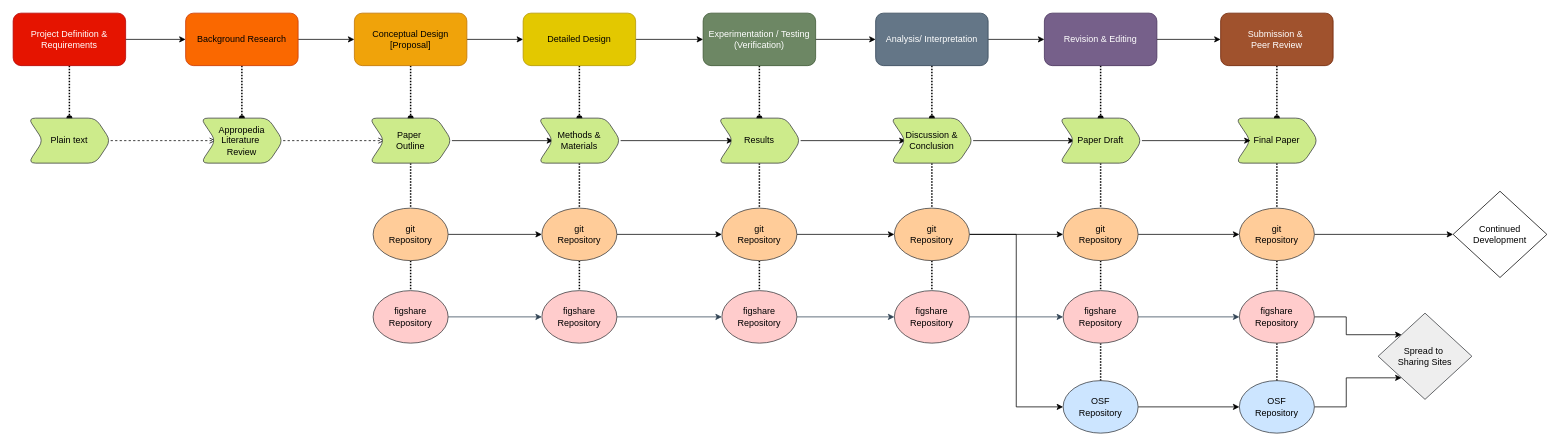
This is oshw-systems-engineering_v1.drawio from uwo-fast/uwo-fast, a draw.io file, before an edit. Source tidied: cells renumbered, new cells numbered last; positions are measured from the earlier drawing's top-left corner, leaving out a move shared by most shapes. Both pictures are drawn from the tidied source at 75%, with x=0, y=0 at pixel (13, 13).
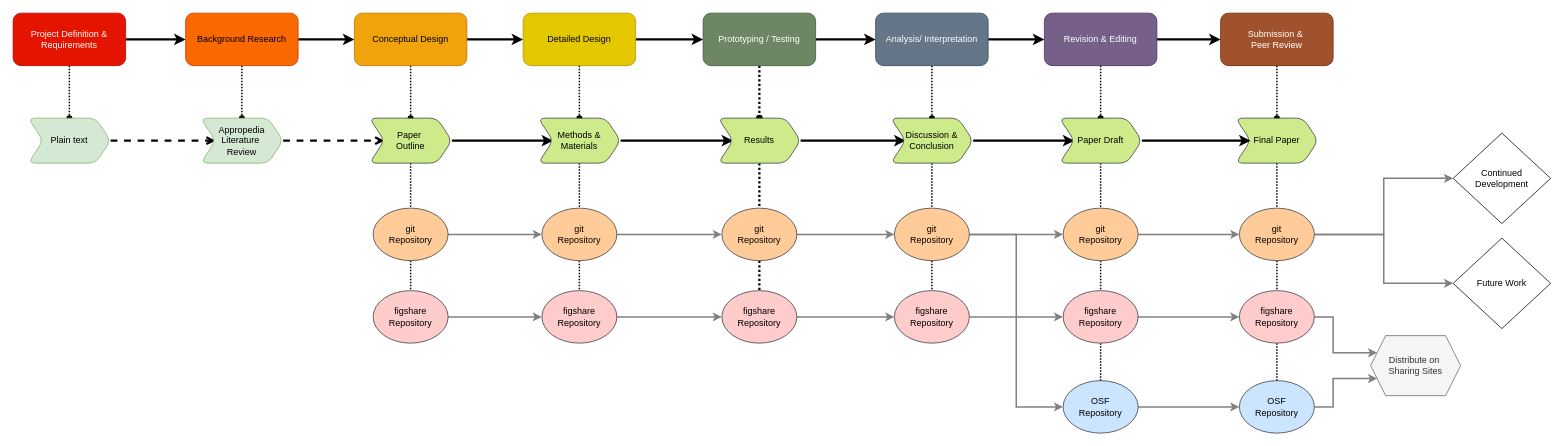
Above is the later version.

The change refers to these unchanged cells:
```xml
<mxCell id="3" value="&lt;div&gt;Submission &amp;amp;&amp;nbsp;&lt;/div&gt;&lt;div&gt;Peer Review&lt;/div&gt;" style="rounded=1;whiteSpace=wrap;html=1;fillColor=#a0522d;fontColor=#ffffff;strokeColor=#6D1F00;" parent="1" vertex="1">
<mxCell id="5" value="Final Paper" style="shape=step;perimeter=stepPerimeter;whiteSpace=wrap;html=1;fixedSize=1;rounded=1;fillColor=#cdeb8b;strokeColor=#36393d;" parent="1" vertex="1">
<mxCell id="8" value="Project Definition &amp;amp; Requirements" style="rounded=1;whiteSpace=wrap;html=1;fillColor=#e51400;fontColor=#ffffff;strokeColor=#B20000;" parent="1" vertex="1">
<mxCell id="13" value="Background Research" style="rounded=1;whiteSpace=wrap;html=1;fillColor=#fa6800;fontColor=#000000;strokeColor=#C73500;" parent="1" vertex="1">
<mxCell id="21" value="&lt;div&gt;Paper&amp;nbsp;&lt;/div&gt;&lt;div&gt;Outline&lt;/div&gt;" style="shape=step;perimeter=stepPerimeter;whiteSpace=wrap;html=1;fixedSize=1;rounded=1;fillColor=#cdeb8b;strokeColor=#36393d;" parent="1" vertex="1">
<mxCell id="24" value="Detailed Design" style="rounded=1;whiteSpace=wrap;html=1;fillColor=#e3c800;fontColor=#000000;strokeColor=#B09500;" parent="1" vertex="1">
<mxCell id="27" value="Methods &amp;amp; Materials" style="shape=step;perimeter=stepPerimeter;whiteSpace=wrap;html=1;fixedSize=1;rounded=1;fillColor=#cdeb8b;strokeColor=#36393d;" parent="1" vertex="1">
<mxCell id="33" value="Results" style="shape=step;perimeter=stepPerimeter;whiteSpace=wrap;html=1;fixedSize=1;rounded=1;fillColor=#cdeb8b;strokeColor=#36393d;" parent="1" vertex="1">
<mxCell id="36" value="Analysis/ Interpretation" style="rounded=1;whiteSpace=wrap;html=1;fillColor=#647687;fontColor=#ffffff;strokeColor=#314354;" parent="1" vertex="1">
<mxCell id="39" value="Discussion &amp;amp; Conclusion" style="shape=step;perimeter=stepPerimeter;whiteSpace=wrap;html=1;fixedSize=1;rounded=1;fillColor=#cdeb8b;strokeColor=#36393d;" parent="1" vertex="1">
<mxCell id="42" value="Revision &amp;amp; Editing" style="rounded=1;whiteSpace=wrap;html=1;fillColor=#76608a;fontColor=#ffffff;strokeColor=#432D57;" parent="1" vertex="1">
<mxCell id="45" value="&lt;div&gt;Paper Draft&lt;/div&gt;" style="shape=step;perimeter=stepPerimeter;whiteSpace=wrap;html=1;fixedSize=1;rounded=1;fillColor=#cdeb8b;strokeColor=#36393d;" parent="1" vertex="1">
<mxCell id="48" value="&lt;div&gt;git&lt;/div&gt;&lt;div&gt;Repository&lt;/div&gt;" style="ellipse;whiteSpace=wrap;html=1;fillColor=#ffcc99;strokeColor=#36393d;" parent="1" vertex="1">
<mxCell id="50" value="&lt;div&gt;figshare&lt;br&gt;&lt;/div&gt;&lt;div&gt;Repository&lt;/div&gt;" style="ellipse;whiteSpace=wrap;html=1;fillColor=#ffcccc;strokeColor=#36393d;" parent="1" vertex="1">
<mxCell id="53" value="&lt;div&gt;git&lt;/div&gt;&lt;div&gt;Repository&lt;/div&gt;" style="ellipse;whiteSpace=wrap;html=1;fillColor=#ffcc99;strokeColor=#36393d;" parent="1" vertex="1">
<mxCell id="55" value="&lt;div&gt;figshare&lt;br&gt;&lt;/div&gt;&lt;div&gt;Repository&lt;/div&gt;" style="ellipse;whiteSpace=wrap;html=1;fillColor=#ffcccc;strokeColor=#36393d;" parent="1" vertex="1">
<mxCell id="58" value="&lt;div&gt;git&lt;/div&gt;&lt;div&gt;Repository&lt;/div&gt;" style="ellipse;whiteSpace=wrap;html=1;fillColor=#ffcc99;strokeColor=#36393d;" parent="1" vertex="1">
<mxCell id="60" value="&lt;div&gt;figshare&lt;br&gt;&lt;/div&gt;&lt;div&gt;Repository&lt;/div&gt;" style="ellipse;whiteSpace=wrap;html=1;fillColor=#ffcccc;strokeColor=#36393d;" parent="1" vertex="1">
<mxCell id="64" value="&lt;div&gt;git&lt;/div&gt;&lt;div&gt;Repository&lt;/div&gt;" style="ellipse;whiteSpace=wrap;html=1;fillColor=#ffcc99;strokeColor=#36393d;" parent="1" vertex="1">
<mxCell id="66" value="&lt;div&gt;figshare&lt;br&gt;&lt;/div&gt;&lt;div&gt;Repository&lt;/div&gt;" style="ellipse;whiteSpace=wrap;html=1;fillColor=#ffcccc;strokeColor=#36393d;" parent="1" vertex="1">
<mxCell id="69" value="&lt;div&gt;git&lt;/div&gt;&lt;div&gt;Repository&lt;br&gt;&lt;/div&gt;" style="ellipse;whiteSpace=wrap;html=1;fillColor=#ffcc99;strokeColor=#36393d;" parent="1" vertex="1">
<mxCell id="72" value="&lt;div&gt;figshare&lt;br&gt;&lt;/div&gt;&lt;div&gt;Repository&lt;/div&gt;" style="ellipse;whiteSpace=wrap;html=1;fillColor=#ffcccc;strokeColor=#36393d;" parent="1" vertex="1">
<mxCell id="75" value="&lt;div&gt;git&lt;/div&gt;&lt;div&gt;Repository&lt;br&gt;&lt;/div&gt;" style="ellipse;whiteSpace=wrap;html=1;fillColor=#ffcc99;strokeColor=#36393d;" parent="1" vertex="1">
<mxCell id="78" value="&lt;div&gt;figshare&lt;br&gt;&lt;/div&gt;&lt;div&gt;Repository&lt;/div&gt;" style="ellipse;whiteSpace=wrap;html=1;fillColor=#ffcccc;strokeColor=#36393d;" parent="1" vertex="1">
<mxCell id="80" value="&lt;div&gt;OSF&lt;/div&gt;&lt;div&gt;Repository&lt;/div&gt;" style="ellipse;whiteSpace=wrap;html=1;fillColor=#cce5ff;strokeColor=#36393d;" parent="1" vertex="1">
<mxCell id="82" value="&lt;div&gt;OSF&lt;/div&gt;&lt;div&gt;Repository&lt;/div&gt;" style="ellipse;whiteSpace=wrap;html=1;fillColor=#cce5ff;strokeColor=#36393d;" parent="1" vertex="1">
```

Diff of the diagram source:
```diff
@@
-    <mxCell id="7" style="edgeStyle=orthogonalEdgeStyle;rounded=0;jettySize=auto;html=1;" parent="1" edge="1" source="8" target="13">
+    <mxCell id="7" style="edgeStyle=orthogonalEdgeStyle;rounded=0;jettySize=auto;html=1;strokeColor=default;strokeWidth=3;" parent="1" edge="1" source="8" target="13">
       <mxGeometry relative="1" as="geometry" />
     </mxCell>
@@
-    <mxCell id="9" style="edgeStyle=orthogonalEdgeStyle;rounded=0;jettySize=auto;html=1;entryX=0;entryY=0.5;entryDx=0;entryDy=0;dashed=1;endArrow=open;endFill=0;" parent="1" edge="1" source="10" target="15">
+    <mxCell id="9" style="edgeStyle=orthogonalEdgeStyle;rounded=0;jettySize=auto;html=1;entryX=0;entryY=0.5;entryDx=0;entryDy=0;dashed=1;endArrow=open;endFill=0;strokeWidth=3;strokeColor=default;" parent="1" edge="1" source="10" target="15">
       <mxGeometry relative="1" as="geometry" />
     </mxCell>
-    <mxCell id="10" value="Plain text" style="shape=step;perimeter=stepPerimeter;whiteSpace=wrap;html=1;fixedSize=1;rounded=1;fillColor=#cdeb8b;strokeColor=#36393d;" parent="1" vertex="1">
+    <mxCell id="10" value="Plain text" style="shape=step;perimeter=stepPerimeter;whiteSpace=wrap;html=1;fixedSize=1;rounded=1;fillColor=#d5e8d4;strokeColor=#82b366;" parent="1" vertex="1">
       <mxGeometry x="20" y="140" width="110" height="60" as="geometry" />
     </mxCell>
@@
-    <mxCell id="12" style="edgeStyle=orthogonalEdgeStyle;rounded=0;jettySize=auto;html=1;" parent="1" edge="1" source="13" target="18">
+    <mxCell id="12" style="edgeStyle=orthogonalEdgeStyle;rounded=0;jettySize=auto;html=1;strokeWidth=3;strokeColor=default;" parent="1" edge="1" source="13" target="18">
       <mxGeometry relative="1" as="geometry" />
     </mxCell>
@@
-    <mxCell id="14" style="edgeStyle=orthogonalEdgeStyle;rounded=0;jettySize=auto;html=1;entryX=0;entryY=0.5;entryDx=0;entryDy=0;dashed=1;endArrow=open;endFill=0;" parent="1" edge="1" source="15" target="21">
+    <mxCell id="14" style="edgeStyle=orthogonalEdgeStyle;rounded=0;jettySize=auto;html=1;entryX=0;entryY=0.5;entryDx=0;entryDy=0;dashed=1;endArrow=open;endFill=0;strokeWidth=3;strokeColor=default;" parent="1" edge="1" source="15" target="21">
       <mxGeometry relative="1" as="geometry" />
     </mxCell>
-    <mxCell id="15" value="&lt;div&gt;Appropedia Literature&amp;nbsp;&lt;/div&gt;&lt;div&gt;Review &lt;/div&gt;" style="shape=step;perimeter=stepPerimeter;whiteSpace=wrap;html=1;fixedSize=1;rounded=1;fillColor=#cdeb8b;strokeColor=#36393d;" parent="1" vertex="1">
+    <mxCell id="15" value="&lt;div&gt;Appropedia Literature&amp;nbsp;&lt;/div&gt;&lt;div&gt;Review &lt;/div&gt;" style="shape=step;perimeter=stepPerimeter;whiteSpace=wrap;html=1;fixedSize=1;rounded=1;fillColor=#d5e8d4;strokeColor=#82b366;" parent="1" vertex="1">
       <mxGeometry x="250" y="140" width="110" height="60" as="geometry" />
     </mxCell>
@@
-    <mxCell id="17" style="edgeStyle=orthogonalEdgeStyle;rounded=0;jettySize=auto;html=1;" parent="1" edge="1" source="18" target="24">
+    <mxCell id="17" style="edgeStyle=orthogonalEdgeStyle;rounded=0;jettySize=auto;html=1;strokeWidth=3;strokeColor=default;" parent="1" edge="1" source="18" target="24">
       <mxGeometry relative="1" as="geometry" />
     </mxCell>
-    <mxCell id="18" value="Conceptual Design [Proposal]" style="rounded=1;whiteSpace=wrap;html=1;fillColor=#f0a30a;fontColor=#000000;strokeColor=#BD7000;" parent="1" vertex="1">
+    <mxCell id="18" value="Conceptual Design" style="rounded=1;whiteSpace=wrap;html=1;fillColor=#f0a30a;fontColor=#000000;strokeColor=#BD7000;" parent="1" vertex="1">
       <mxGeometry x="455" width="150" height="70" as="geometry" />
     </mxCell>
-    <mxCell id="19" style="edgeStyle=orthogonalEdgeStyle;rounded=0;jettySize=auto;html=1;entryX=0;entryY=0.5;entryDx=0;entryDy=0;" parent="1" edge="1" source="21" target="27">
+    <mxCell id="19" style="edgeStyle=orthogonalEdgeStyle;rounded=0;jettySize=auto;html=1;entryX=0;entryY=0.5;entryDx=0;entryDy=0;strokeWidth=3;strokeColor=default;" parent="1" edge="1" source="21" target="27">
       <mxGeometry relative="1" as="geometry" />
     </mxCell>
@@
-    <mxCell id="23" style="edgeStyle=orthogonalEdgeStyle;rounded=0;jettySize=auto;html=1;" parent="1" edge="1" source="24" target="30">
+    <mxCell id="23" style="edgeStyle=orthogonalEdgeStyle;rounded=0;jettySize=auto;html=1;strokeWidth=3;strokeColor=default;" parent="1" edge="1" source="24" target="30">
       <mxGeometry relative="1" as="geometry" />
     </mxCell>
@@
-    <mxCell id="25" style="edgeStyle=orthogonalEdgeStyle;rounded=0;jettySize=auto;html=1;entryX=0;entryY=0.5;entryDx=0;entryDy=0;" parent="1" edge="1" source="27" target="33">
+    <mxCell id="25" style="edgeStyle=orthogonalEdgeStyle;rounded=0;jettySize=auto;html=1;entryX=0;entryY=0.5;entryDx=0;entryDy=0;strokeWidth=3;strokeColor=default;" parent="1" edge="1" source="27" target="33">
       <mxGeometry relative="1" as="geometry" />
     </mxCell>
@@
-    <mxCell id="28" style="edgeStyle=orthogonalEdgeStyle;rounded=0;jettySize=auto;html=1;dashed=1;dashPattern=1 1;endArrow=oval;endFill=1;strokeWidth=2;" parent="1" edge="1" source="30" target="33">
+    <mxCell id="28" style="edgeStyle=orthogonalEdgeStyle;rounded=0;jettySize=auto;html=1;dashed=1;dashPattern=1 1;endArrow=oval;endFill=1;strokeWidth=3;" parent="1" edge="1" source="30" target="33">
       <mxGeometry relative="1" as="geometry" />
     </mxCell>
-    <mxCell id="29" style="edgeStyle=orthogonalEdgeStyle;rounded=0;jettySize=auto;html=1;" parent="1" edge="1" source="30" target="36">
+    <mxCell id="29" style="edgeStyle=orthogonalEdgeStyle;rounded=0;jettySize=auto;html=1;strokeWidth=3;strokeColor=default;" parent="1" edge="1" source="30" target="36">
       <mxGeometry relative="1" as="geometry" />
     </mxCell>
-    <mxCell id="30" value="Experimentation / Testing (Verification)" style="rounded=1;whiteSpace=wrap;html=1;fillColor=#6d8764;fontColor=#ffffff;strokeColor=#3A5431;" parent="1" vertex="1">
+    <mxCell id="30" value="Prototyping / Testing" style="rounded=1;whiteSpace=wrap;html=1;fillColor=#6d8764;fontColor=#ffffff;strokeColor=#3A5431;" parent="1" vertex="1">
       <mxGeometry x="920" width="150" height="70" as="geometry" />
     </mxCell>
-    <mxCell id="31" style="edgeStyle=orthogonalEdgeStyle;rounded=0;jettySize=auto;html=1;entryX=0;entryY=0.5;entryDx=0;entryDy=0;" parent="1" edge="1" source="33" target="39">
+    <mxCell id="31" style="edgeStyle=orthogonalEdgeStyle;rounded=0;jettySize=auto;html=1;entryX=0;entryY=0.5;entryDx=0;entryDy=0;strokeWidth=3;strokeColor=default;" parent="1" edge="1" source="33" target="39">
       <mxGeometry relative="1" as="geometry" />
     </mxCell>
-    <mxCell id="32" style="edgeStyle=orthogonalEdgeStyle;rounded=0;jettySize=auto;html=1;dashed=1;dashPattern=1 1;endArrow=none;endFill=0;strokeWidth=2;" parent="1" edge="1" source="33" target="58">
+    <mxCell id="32" style="edgeStyle=orthogonalEdgeStyle;rounded=0;jettySize=auto;html=1;dashed=1;dashPattern=1 1;endArrow=none;endFill=0;strokeWidth=3;" parent="1" edge="1" source="33" target="58">
       <mxGeometry relative="1" as="geometry" />
     </mxCell>
@@
-    <mxCell id="35" style="edgeStyle=orthogonalEdgeStyle;rounded=0;jettySize=auto;html=1;" parent="1" edge="1" source="36" target="42">
+    <mxCell id="35" style="edgeStyle=orthogonalEdgeStyle;rounded=0;jettySize=auto;html=1;strokeWidth=3;strokeColor=default;" parent="1" edge="1" source="36" target="42">
       <mxGeometry relative="1" as="geometry" />
     </mxCell>
@@
-    <mxCell id="38" style="edgeStyle=orthogonalEdgeStyle;rounded=0;jettySize=auto;html=1;entryX=0;entryY=0.5;entryDx=0;entryDy=0;" parent="1" edge="1" source="39" target="45">
+    <mxCell id="38" style="edgeStyle=orthogonalEdgeStyle;rounded=0;jettySize=auto;html=1;entryX=0;entryY=0.5;entryDx=0;entryDy=0;strokeWidth=3;strokeColor=default;" parent="1" edge="1" source="39" target="45">
       <mxGeometry relative="1" as="geometry" />
     </mxCell>
@@
-    <mxCell id="41" style="edgeStyle=orthogonalEdgeStyle;rounded=0;jettySize=auto;html=1;" parent="1" edge="1" source="42" target="3">
+    <mxCell id="41" style="edgeStyle=orthogonalEdgeStyle;rounded=0;jettySize=auto;html=1;strokeWidth=3;strokeColor=default;" parent="1" edge="1" source="42" target="3">
       <mxGeometry relative="1" as="geometry" />
     </mxCell>
@@
-    <mxCell id="44" style="edgeStyle=orthogonalEdgeStyle;rounded=0;jettySize=auto;html=1;" parent="1" edge="1" source="45" target="5">
+    <mxCell id="44" style="edgeStyle=orthogonalEdgeStyle;rounded=0;jettySize=auto;html=1;strokeWidth=3;strokeColor=default;" parent="1" edge="1" source="45" target="5">
       <mxGeometry relative="1" as="geometry" />
     </mxCell>
@@
-    <mxCell id="46" style="edgeStyle=orthogonalEdgeStyle;rounded=0;jettySize=auto;html=1;entryX=0;entryY=0.5;entryDx=0;entryDy=0;" parent="1" edge="1" source="48" target="53">
+    <mxCell id="46" style="edgeStyle=orthogonalEdgeStyle;rounded=0;jettySize=auto;html=1;entryX=0;entryY=0.5;entryDx=0;entryDy=0;strokeColor=#808080;strokeWidth=2;" parent="1" edge="1" source="48" target="53">
       <mxGeometry relative="1" as="geometry" />
     </mxCell>
@@
-    <mxCell id="49" style="edgeStyle=orthogonalEdgeStyle;rounded=0;jettySize=auto;html=1;entryX=0;entryY=0.5;entryDx=0;entryDy=0;fillColor=#647687;strokeColor=#314354;" parent="1" edge="1" source="50" target="55">
+    <mxCell id="49" style="edgeStyle=orthogonalEdgeStyle;rounded=0;jettySize=auto;html=1;entryX=0;entryY=0.5;entryDx=0;entryDy=0;fillColor=#647687;strokeColor=#808080;strokeWidth=2;" parent="1" edge="1" source="50" target="55">
       <mxGeometry relative="1" as="geometry" />
     </mxCell>
@@
-    <mxCell id="51" style="edgeStyle=orthogonalEdgeStyle;rounded=0;jettySize=auto;html=1;entryX=0;entryY=0.5;entryDx=0;entryDy=0;" parent="1" edge="1" source="53" target="58">
+    <mxCell id="51" style="edgeStyle=orthogonalEdgeStyle;rounded=0;jettySize=auto;html=1;entryX=0;entryY=0.5;entryDx=0;entryDy=0;strokeColor=#808080;strokeWidth=2;" parent="1" edge="1" source="53" target="58">
       <mxGeometry relative="1" as="geometry" />
     </mxCell>
@@
-    <mxCell id="54" style="edgeStyle=orthogonalEdgeStyle;rounded=0;jettySize=auto;html=1;entryX=0;entryY=0.5;entryDx=0;entryDy=0;fillColor=#647687;strokeColor=#314354;" parent="1" edge="1" source="55" target="60">
+    <mxCell id="54" style="edgeStyle=orthogonalEdgeStyle;rounded=0;jettySize=auto;html=1;entryX=0;entryY=0.5;entryDx=0;entryDy=0;fillColor=#647687;strokeColor=#808080;strokeWidth=2;" parent="1" edge="1" source="55" target="60">
       <mxGeometry relative="1" as="geometry" />
     </mxCell>
@@
-    <mxCell id="56" style="edgeStyle=orthogonalEdgeStyle;rounded=0;jettySize=auto;html=1;entryX=0;entryY=0.5;entryDx=0;entryDy=0;" parent="1" edge="1" source="58" target="64">
+    <mxCell id="56" style="edgeStyle=orthogonalEdgeStyle;rounded=0;jettySize=auto;html=1;entryX=0;entryY=0.5;entryDx=0;entryDy=0;strokeColor=#808080;strokeWidth=2;" parent="1" edge="1" source="58" target="64">
       <mxGeometry relative="1" as="geometry" />
     </mxCell>
-    <mxCell id="57" style="edgeStyle=orthogonalEdgeStyle;rounded=0;jettySize=auto;html=1;dashed=1;dashPattern=1 1;endArrow=none;endFill=0;strokeWidth=2;" parent="1" edge="1" source="58" target="60">
+    <mxCell id="57" style="edgeStyle=orthogonalEdgeStyle;rounded=0;jettySize=auto;html=1;dashed=1;dashPattern=1 1;endArrow=none;endFill=0;strokeWidth=3;" parent="1" edge="1" source="58" target="60">
       <mxGeometry relative="1" as="geometry" />
     </mxCell>
@@
-    <mxCell id="59" style="edgeStyle=orthogonalEdgeStyle;rounded=0;jettySize=auto;html=1;entryX=0;entryY=0.5;entryDx=0;entryDy=0;fillColor=#647687;strokeColor=#314354;" parent="1" edge="1" source="60" target="66">
+    <mxCell id="59" style="edgeStyle=orthogonalEdgeStyle;rounded=0;jettySize=auto;html=1;entryX=0;entryY=0.5;entryDx=0;entryDy=0;fillColor=#647687;strokeColor=#808080;strokeWidth=2;" parent="1" edge="1" source="60" target="66">
       <mxGeometry relative="1" as="geometry" />
     </mxCell>
@@
-    <mxCell id="61" style="edgeStyle=orthogonalEdgeStyle;rounded=0;jettySize=auto;html=1;entryX=0;entryY=0.5;entryDx=0;entryDy=0;" parent="1" edge="1" source="64" target="69">
+    <mxCell id="61" style="edgeStyle=orthogonalEdgeStyle;rounded=0;jettySize=auto;html=1;entryX=0;entryY=0.5;entryDx=0;entryDy=0;strokeColor=#808080;strokeWidth=2;" parent="1" edge="1" source="64" target="69">
       <mxGeometry relative="1" as="geometry" />
     </mxCell>
-    <mxCell id="62" style="edgeStyle=orthogonalEdgeStyle;rounded=0;jettySize=auto;html=1;entryX=0;entryY=0.5;entryDx=0;entryDy=0;" parent="1" edge="1" source="64" target="80">
+    <mxCell id="62" style="edgeStyle=orthogonalEdgeStyle;rounded=0;jettySize=auto;html=1;entryX=0;entryY=0.5;entryDx=0;entryDy=0;strokeColor=#808080;strokeWidth=2;" parent="1" edge="1" source="64" target="80">
       <mxGeometry relative="1" as="geometry" />
     </mxCell>
@@
-    <mxCell id="65" style="edgeStyle=orthogonalEdgeStyle;rounded=0;jettySize=auto;html=1;entryX=0;entryY=0.5;entryDx=0;entryDy=0;fillColor=#647687;strokeColor=#314354;" parent="1" edge="1" source="66" target="72">
+    <mxCell id="65" style="edgeStyle=orthogonalEdgeStyle;rounded=0;jettySize=auto;html=1;entryX=0;entryY=0.5;entryDx=0;entryDy=0;fillColor=#647687;strokeColor=#808080;strokeWidth=2;" parent="1" edge="1" source="66" target="72">
       <mxGeometry relative="1" as="geometry" />
     </mxCell>
@@
-    <mxCell id="67" style="edgeStyle=orthogonalEdgeStyle;rounded=0;jettySize=auto;html=1;entryX=0;entryY=0.5;entryDx=0;entryDy=0;" parent="1" edge="1" source="69" target="75">
+    <mxCell id="67" style="edgeStyle=orthogonalEdgeStyle;rounded=0;jettySize=auto;html=1;entryX=0;entryY=0.5;entryDx=0;entryDy=0;strokeColor=#808080;strokeWidth=2;" parent="1" edge="1" source="69" target="75">
       <mxGeometry relative="1" as="geometry" />
     </mxCell>
@@
-    <mxCell id="70" style="edgeStyle=orthogonalEdgeStyle;rounded=0;jettySize=auto;html=1;entryX=0;entryY=0.5;entryDx=0;entryDy=0;fillColor=#647687;strokeColor=#314354;" parent="1" edge="1" source="72" target="78">
+    <mxCell id="70" style="edgeStyle=orthogonalEdgeStyle;rounded=0;jettySize=auto;html=1;entryX=0;entryY=0.5;entryDx=0;entryDy=0;fillColor=#647687;strokeColor=#808080;strokeWidth=2;" parent="1" edge="1" source="72" target="78">
       <mxGeometry relative="1" as="geometry" />
     </mxCell>
@@
-    <mxCell id="74" style="edgeStyle=orthogonalEdgeStyle;rounded=0;jettySize=auto;html=1;" parent="1" edge="1" source="75" target="83">
+    <mxCell id="74" style="edgeStyle=orthogonalEdgeStyle;rounded=0;jettySize=auto;html=1;strokeColor=#808080;strokeWidth=2;" parent="1" edge="1" source="75" target="83">
       <mxGeometry relative="1" as="geometry" />
     </mxCell>
+    <mxCell id="85" style="edgeStyle=orthogonalEdgeStyle;rounded=0;jettySize=auto;html=1;entryX=0;entryY=0.5;entryDx=0;entryDy=0;strokeColor=#808080;strokeWidth=2;" parent="1" edge="1" source="75" target="88">
+      <mxGeometry relative="1" as="geometry" />
+    </mxCell>
@@
-    <mxCell id="77" style="edgeStyle=orthogonalEdgeStyle;rounded=0;jettySize=auto;html=1;entryX=0;entryY=0;entryDx=0;entryDy=0;" parent="1" edge="1" source="78" target="84">
-      <mxGeometry relative="1" as="geometry" />
-    </mxCell>
+    <mxCell id="86" style="edgeStyle=orthogonalEdgeStyle;rounded=0;jettySize=auto;html=1;entryX=0;entryY=0.25;entryDx=0;entryDy=0;strokeColor=#808080;strokeWidth=2;" parent="1" edge="1" source="78" target="89">
+      <mxGeometry relative="1" as="geometry">
+        <Array as="points">
+          <mxPoint x="1760" y="405" />
+          <mxPoint x="1760" y="453" />
+        </Array>
+      </mxGeometry>
+    </mxCell>
@@
-    <mxCell id="79" style="edgeStyle=orthogonalEdgeStyle;rounded=0;jettySize=auto;html=1;entryX=0;entryY=0.5;entryDx=0;entryDy=0;" parent="1" edge="1" source="80" target="82">
+    <mxCell id="79" style="edgeStyle=orthogonalEdgeStyle;rounded=0;jettySize=auto;html=1;entryX=0;entryY=0.5;entryDx=0;entryDy=0;strokeColor=#808080;strokeWidth=2;" parent="1" edge="1" source="80" target="82">
       <mxGeometry relative="1" as="geometry" />
     </mxCell>
@@
-    <mxCell id="81" style="edgeStyle=orthogonalEdgeStyle;rounded=0;jettySize=auto;html=1;entryX=0;entryY=1;entryDx=0;entryDy=0;" parent="1" edge="1" source="82" target="84">
-      <mxGeometry relative="1" as="geometry" />
-    </mxCell>
+    <mxCell id="87" style="edgeStyle=orthogonalEdgeStyle;rounded=0;jettySize=auto;html=1;entryX=0;entryY=0.75;entryDx=0;entryDy=0;strokeColor=#808080;strokeWidth=2;" parent="1" edge="1" source="82" target="89">
+      <mxGeometry relative="1" as="geometry">
+        <Array as="points">
+          <mxPoint x="1760" y="525" />
+          <mxPoint x="1760" y="487" />
+        </Array>
+      </mxGeometry>
+    </mxCell>
@@
-    <mxCell id="83" value="Continued Development" style="rhombus;whiteSpace=wrap;html=1;" parent="1" vertex="1">
-      <mxGeometry x="1920" y="237.5" width="125" height="115" as="geometry" />
+    <mxCell id="83" value="&lt;div&gt;Continued Development&lt;/div&gt;" style="rhombus;whiteSpace=wrap;html=1;" parent="1" vertex="1">
+      <mxGeometry x="1920" y="160" width="130" height="120.6" as="geometry" />
     </mxCell>
-    <mxCell id="84" value="&lt;div&gt;Spread to&amp;nbsp;&lt;/div&gt;&lt;div&gt;Sharing Sites&lt;/div&gt;" style="rhombus;whiteSpace=wrap;html=1;fillColor=#eeeeee;strokeColor=#36393d;" parent="1" vertex="1">
-      <mxGeometry x="1820" y="400" width="125" height="115" as="geometry" />
-    </mxCell>
+    <mxCell id="88" value="&lt;div&gt;Future Work&lt;br&gt;&lt;/div&gt;" style="rhombus;whiteSpace=wrap;html=1;" parent="1" vertex="1">
+      <mxGeometry x="1920" y="300" width="130" height="120.6" as="geometry" />
+    </mxCell>
+    <mxCell id="89" value="&lt;div&gt;Distribute on&amp;nbsp;&lt;/div&gt;&lt;div&gt;Sharing Sites&lt;/div&gt;" style="shape=hexagon;perimeter=hexagonPerimeter2;whiteSpace=wrap;html=1;fixedSize=1;fillColor=#f5f5f5;fontColor=#333333;strokeColor=#666666;" parent="1" vertex="1">
+      <mxGeometry x="1810" y="430" width="120" height="80" as="geometry" />
+    </mxCell>
```
